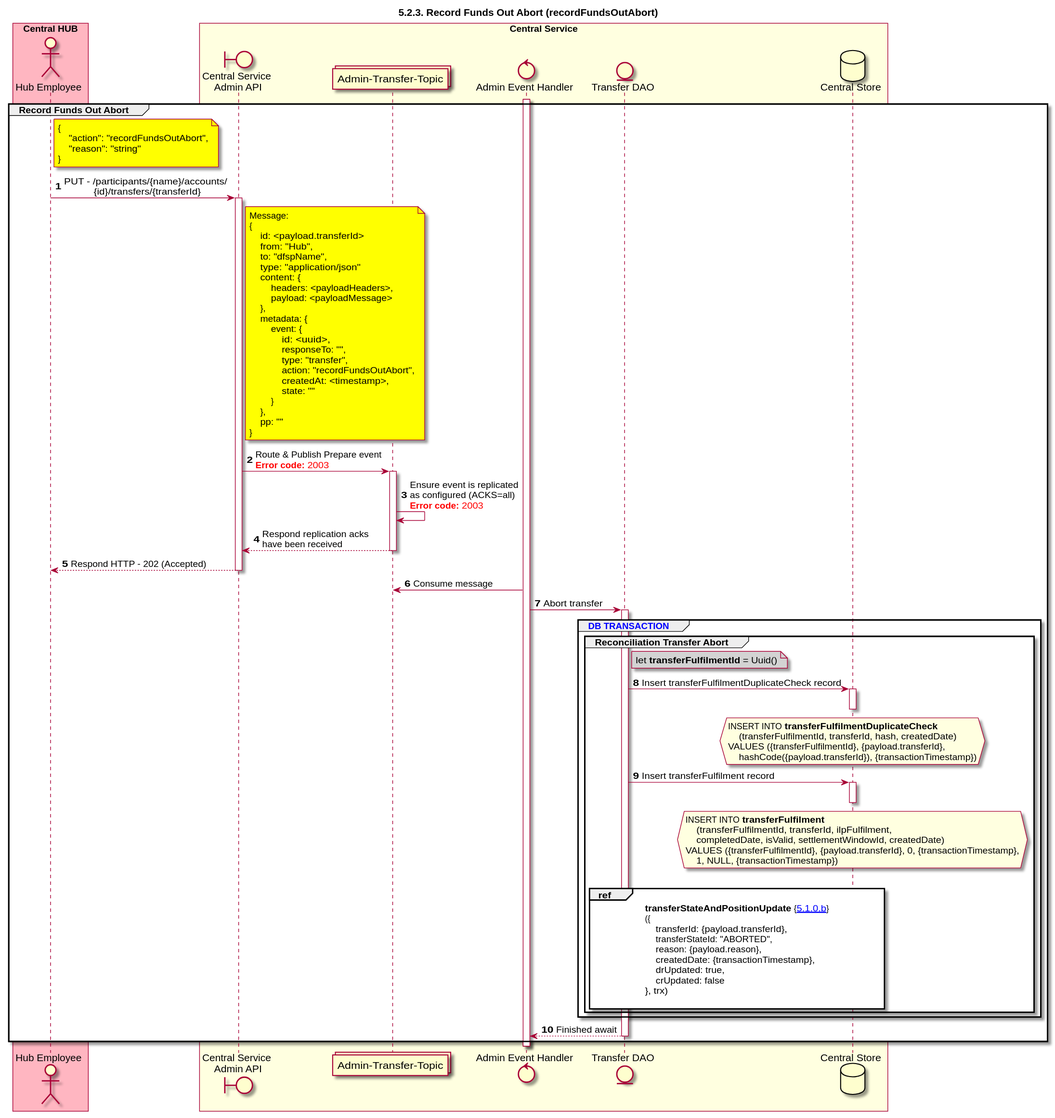
Before: Diagrams/SequenceDiagrams/seq-recfunds-5.2.3-out-abort.svg, a diagram exported from PlantUML (ggrg/docs).
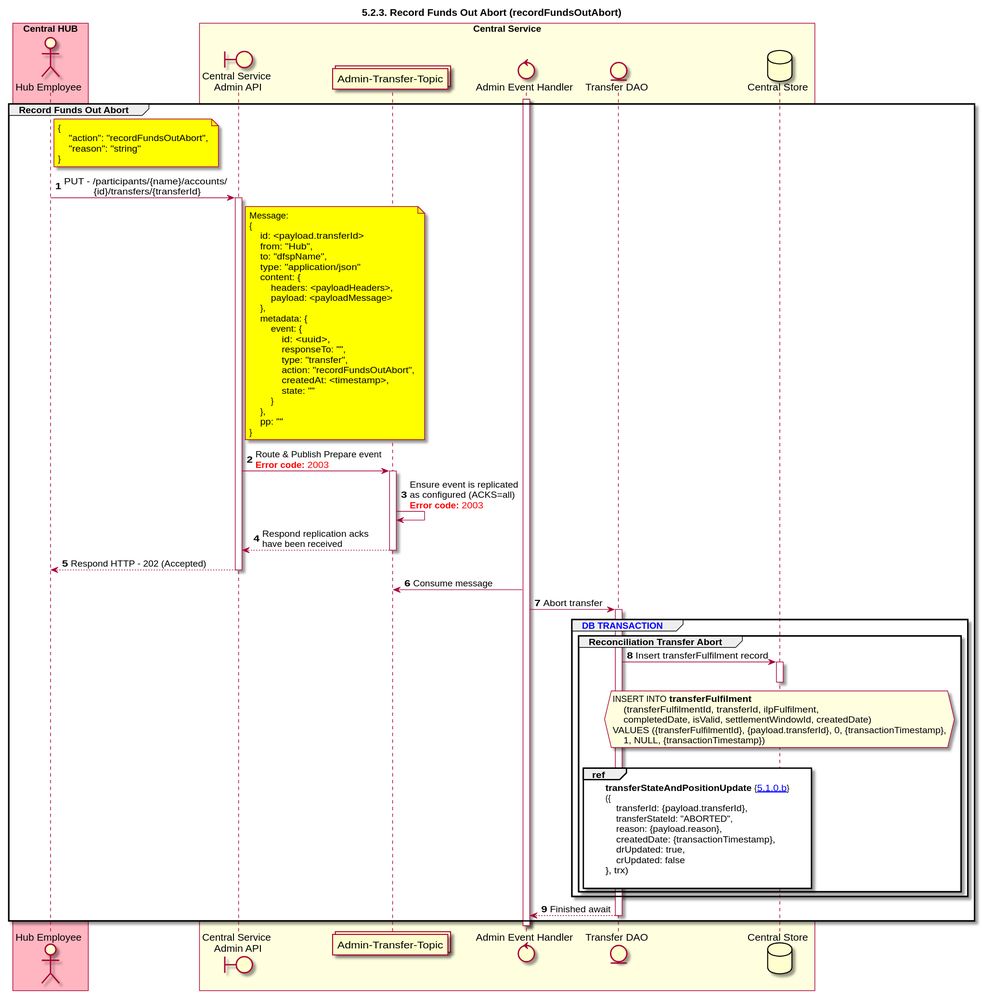
Later version of the same file.

Commit message:
Update seq-recfunds to match implementation

Change to the diagram source:
```diff
@@ -71,20 +71,6 @@
     activate TRANSFER_DAO
     group <color #blue>DB TRANSACTION</color>
         group Reconciliation Transfer Abort
-            note right of TRANSFER_DAO #lightgray
-                let **transferFulfilmentId** = Uuid()
-            end note
-
-            TRANSFER_DAO -> DB: Insert transferFulfilmentDuplicateCheck record
-            activate DB
-            deactivate DB
-            hnote over DB #lightyellow
-                INSERT INTO **transferFulfilmentDuplicateCheck**
-                    (transferFulfilmentId, transferId, hash, createdDate)
-                VALUES ({transferFulfilmentId}, {payload.transferId},
-                    hashCode({payload.transferId}), {transactionTimestamp})
-            end hnote
-
             TRANSFER_DAO -> DB: Insert transferFulfilment record
             activate DB
             deactivate DB
```
